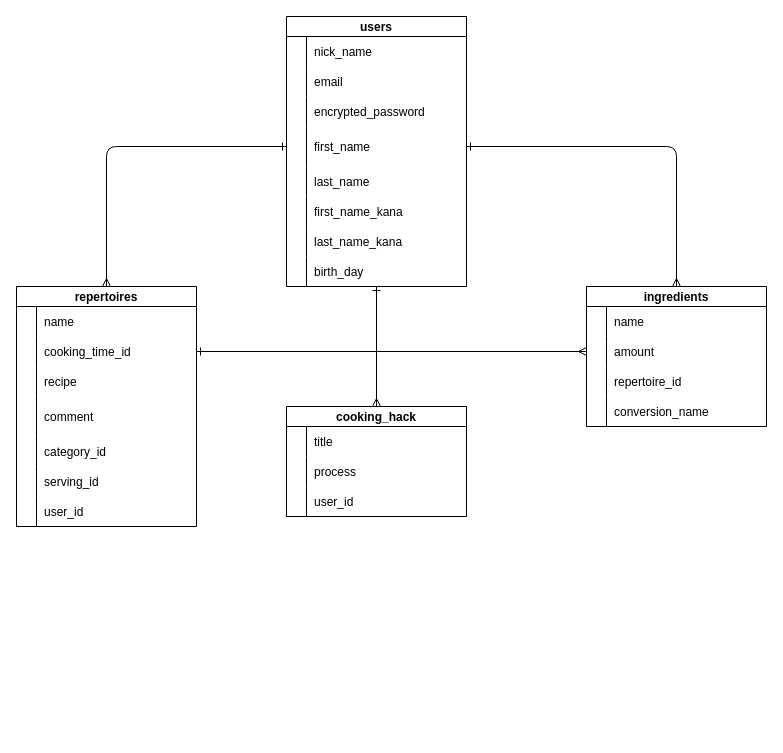
This is ER図.dio from t-akuya/cookhack, a draw.io file, before an edit. Source tidied: cells renumbered, new cells numbered last; positions are measured from the earlier drawing's top-left corner, leaving out a move shared by most shapes. Both pictures are drawn from the tidied source at 100%, with x=0, y=0 at pixel (16, 16).
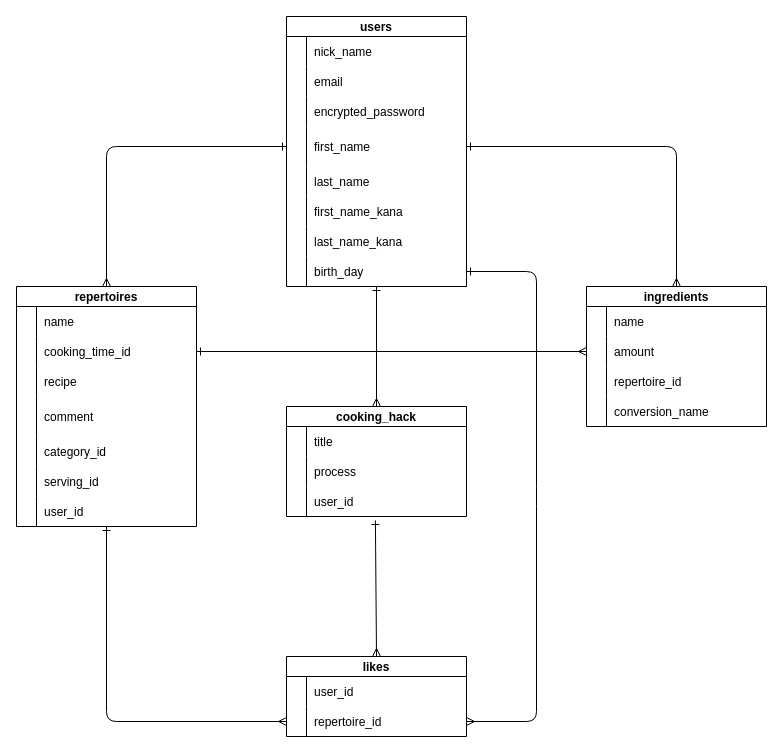
After the change.

Commit message (it also covers changes not shown here):
ER図追加作成

READEME追加

Unchanged cells that the change refers to:
```xml
<mxCell id="25" style="shape=partialRectangle;fillColor=none;top=0;left=0;bottom=0;right=0;points=[[0,0.5],[1,0.5]];portConstraint=eastwest;" parent="3" vertex="1">
  <mxGeometry y="240" width="180" height="30" as="geometry" />
</mxCell>
<mxCell id="47" style="shape=partialRectangle;fillColor=none;top=0;left=0;bottom=0;right=0;points=[[0,0.5],[1,0.5]];portConstraint=eastwest;" parent="28" vertex="1">
  <mxGeometry y="210" width="180" height="30" as="geometry" />
</mxCell>
<mxCell id="57" style="shape=partialRectangle;fillColor=none;top=0;left=0;bottom=0;right=0;points=[[0,0.5],[1,0.5]];portConstraint=eastwest;" parent="50" vertex="1">
  <mxGeometry y="80" width="180" height="30" as="geometry" />
</mxCell>
```

Diff of the diagram source:
```diff
@@
+    <mxCell id="76" style="edgeStyle=none;html=1;exitX=0.5;exitY=0;exitDx=0;exitDy=0;entryX=0.494;entryY=1.133;entryDx=0;entryDy=0;entryPerimeter=0;startArrow=ERmany;startFill=0;endArrow=ERone;endFill=0;" parent="1" edge="1" source="77" target="57">
+      <mxGeometry relative="1" as="geometry" />
+    </mxCell>
+    <mxCell id="77" value="likes" style="shape=table;startSize=20;childLayout=tableLayout;rowLines=0;fontStyle=1;align=center;" parent="1" vertex="1">
+      <mxGeometry x="270" y="640" width="180" height="80" as="geometry" />
+    </mxCell>
+    <mxCell id="78" style="shape=partialRectangle;fillColor=none;top=0;left=0;bottom=0;right=0;" parent="77" vertex="1">
+      <mxGeometry y="20" width="180" height="30" as="geometry" />
+    </mxCell>
+    <mxCell id="79" style="shape=partialRectangle;fillColor=none;top=0;left=0;bottom=0;right=0;overflow=hidden;" parent="78" vertex="1">
+      <mxGeometry width="20" height="30" as="geometry" />
+    </mxCell>
+    <mxCell id="80" value="user_id" style="shape=partialRectangle;fillColor=none;top=0;left=0;bottom=0;right=0;align=left;spacingLeft=6;overflow=hidden;" parent="78" vertex="1">
+      <mxGeometry x="20" width="160" height="30" as="geometry" />
+    </mxCell>
+    <mxCell id="81" style="shape=partialRectangle;fillColor=none;top=0;left=0;bottom=0;right=0;points=[[0,0.5],[1,0.5]];portConstraint=eastwest;" parent="77" vertex="1">
+      <mxGeometry y="50" width="180" height="30" as="geometry" />
+    </mxCell>
+    <mxCell id="82" style="shape=partialRectangle;fillColor=none;top=0;left=0;bottom=0;right=0;overflow=hidden;" parent="81" vertex="1">
+      <mxGeometry width="20" height="30" as="geometry" />
+    </mxCell>
+    <mxCell id="83" value="repertoire_id" style="shape=partialRectangle;fillColor=none;top=0;left=0;bottom=0;right=0;align=left;spacingLeft=6;overflow=hidden;" parent="81" vertex="1">
+      <mxGeometry x="20" width="160" height="30" as="geometry" />
+    </mxCell>
+    <mxCell id="84" style="edgeStyle=none;html=1;exitX=0;exitY=0.5;exitDx=0;exitDy=0;startArrow=ERmany;startFill=0;endArrow=ERone;endFill=0;" parent="1" edge="1" source="81" target="47">
+      <mxGeometry relative="1" as="geometry">
+        <Array as="points">
+          <mxPoint x="90" y="705" />
+        </Array>
+      </mxGeometry>
+    </mxCell>
+    <mxCell id="85" style="edgeStyle=none;html=1;exitX=1;exitY=0.5;exitDx=0;exitDy=0;entryX=1;entryY=0.5;entryDx=0;entryDy=0;startArrow=ERone;startFill=0;endArrow=ERmany;endFill=0;" parent="1" edge="1" source="25" target="81">
+      <mxGeometry relative="1" as="geometry">
+        <Array as="points">
+          <mxPoint x="520" y="255" />
+          <mxPoint x="520" y="480" />
+          <mxPoint x="520" y="705" />
+        </Array>
+      </mxGeometry>
+    </mxCell>
```
